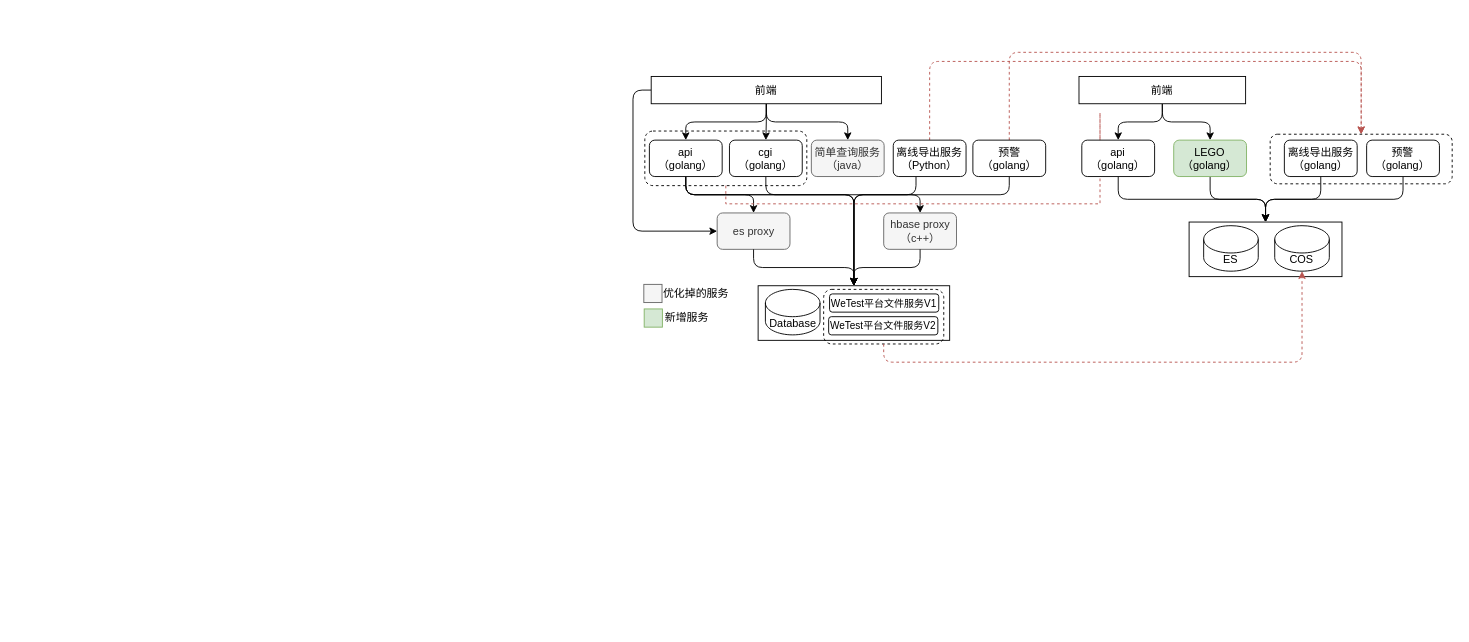
Earlier version of the draw.io diagram 2024答辩2.drawio (zhufuyin/draw). Source tidied: cells renumbered, new cells numbered last; positions are measured from the earlier drawing's top-left corner, leaving out a move shared by most shapes. Both pictures are drawn from the tidied source at 91%, with x=0, y=0 at pixel (643, 52). Pictures stored in the file or linked from it are replaced by grey dashed boxes.
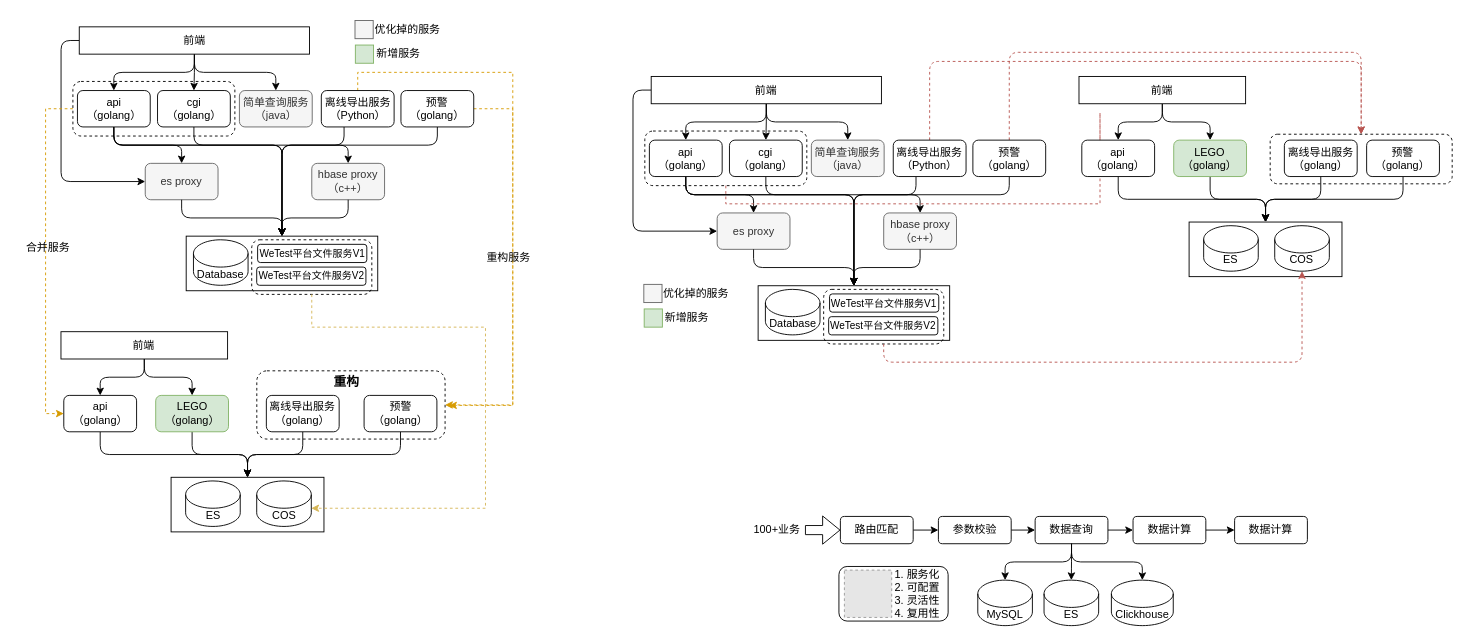
Above is the later version.

Change to the diagram source:
```diff
@@
+    <mxCell id="52" style="rounded=1;whiteSpace=wrap;html=1;dashed=1;" parent="1" vertex="1">
+      <mxGeometry x="-425.3" y="350" width="206.9" height="75" as="geometry" />
+    </mxCell>
+    <mxCell id="53" style="edgeStyle=orthogonalEdgeStyle;rounded=1;jettySize=auto;html=1;exitX=0.5;exitY=1;exitDx=0;exitDy=0;entryX=0.5;entryY=0;entryDx=0;entryDy=0;curved=0;" parent="1" edge="1" source="56" target="62">
+      <mxGeometry relative="1" as="geometry" />
+    </mxCell>
+    <mxCell id="54" style="edgeStyle=orthogonalEdgeStyle;rounded=1;jettySize=auto;html=1;exitX=0.5;exitY=1;exitDx=0;exitDy=0;entryX=0.5;entryY=0;entryDx=0;entryDy=0;curved=0;" parent="1" edge="1" source="56" target="61">
+      <mxGeometry relative="1" as="geometry">
+        <Array as="points">
+          <mxPoint x="-582.4" y="102" />
+          <mxPoint x="-397.4" y="102" />
+        </Array>
+      </mxGeometry>
+    </mxCell>
+    <mxCell id="55" style="edgeStyle=orthogonalEdgeStyle;rounded=1;jettySize=auto;html=1;exitX=0.5;exitY=1;exitDx=0;exitDy=0;entryX=0.5;entryY=0;entryDx=0;entryDy=0;curved=0;" parent="1" edge="1" source="56" target="67">
+      <mxGeometry relative="1" as="geometry" />
+    </mxCell>
+    <mxCell id="56" value="api&lt;br&gt;（golang）" style="rounded=1;whiteSpace=wrap;html=1;" parent="1" vertex="1">
+      <mxGeometry x="-622.4" y="42" width="80" height="40" as="geometry" />
+    </mxCell>
+    <mxCell id="57" style="edgeStyle=orthogonalEdgeStyle;rounded=1;jettySize=auto;html=1;exitX=0.5;exitY=1;exitDx=0;exitDy=0;entryX=0.5;entryY=0;entryDx=0;entryDy=0;curved=0;" parent="1" edge="1" source="58" target="61">
+      <mxGeometry relative="1" as="geometry">
+        <Array as="points">
+          <mxPoint x="-494.4" y="102" />
+          <mxPoint x="-397.4" y="102" />
+        </Array>
+      </mxGeometry>
+    </mxCell>
+    <mxCell id="58" value="cgi&lt;br&gt;（golang）" style="rounded=1;whiteSpace=wrap;html=1;" parent="1" vertex="1">
+      <mxGeometry x="-534.4" y="42" width="80" height="40" as="geometry" />
+    </mxCell>
+    <mxCell id="59" style="edgeStyle=orthogonalEdgeStyle;rounded=1;jettySize=auto;html=1;exitX=0.5;exitY=1;exitDx=0;exitDy=0;entryX=0.5;entryY=0;entryDx=0;entryDy=0;curved=0;" parent="1" edge="1" target="61">
+      <mxGeometry relative="1" as="geometry">
+        <mxPoint x="-329.4" y="82" as="sourcePoint" />
+        <Array as="points">
+          <mxPoint x="-329.4" y="102" />
+          <mxPoint x="-397.4" y="102" />
+        </Array>
+      </mxGeometry>
+    </mxCell>
+    <mxCell id="60" value="简单查询服务&lt;br&gt;（java）" style="rounded=1;whiteSpace=wrap;html=1;fillColor=#f5f5f5;strokeColor=#666666;fontColor=#333333;" parent="1" vertex="1">
+      <mxGeometry x="-444.4" y="42" width="80" height="40" as="geometry" />
+    </mxCell>
+    <mxCell id="61" style="rounded=0;whiteSpace=wrap;html=1;" parent="1" vertex="1">
+      <mxGeometry x="-502.9" y="202" width="210.5" height="60" as="geometry" />
+    </mxCell>
+    <mxCell id="62" value="es proxy" style="rounded=1;whiteSpace=wrap;html=1;fillColor=#f5f5f5;strokeColor=#666666;fontColor=#333333;" parent="1" vertex="1">
+      <mxGeometry x="-547.9" y="122" width="80" height="40" as="geometry" />
+    </mxCell>
+    <mxCell id="63" value="Database" style="shape=cylinder3;whiteSpace=wrap;html=1;boundedLbl=1;backgroundOutline=1;size=15;" parent="1" vertex="1">
+      <mxGeometry x="-494.9" y="206" width="60" height="50" as="geometry" />
+    </mxCell>
+    <mxCell id="64" style="edgeStyle=orthogonalEdgeStyle;rounded=1;jettySize=auto;html=1;exitX=0.5;exitY=1;exitDx=0;exitDy=0;entryX=0.5;entryY=0;entryDx=0;entryDy=0;curved=0;" parent="1" edge="1" source="62" target="61">
+      <mxGeometry relative="1" as="geometry" />
+    </mxCell>
+    <mxCell id="65" style="edgeStyle=orthogonalEdgeStyle;rounded=0;jettySize=auto;html=1;exitX=0.5;exitY=0;exitDx=0;exitDy=0;dashed=1;fillColor=#ffe6cc;strokeColor=#d79b00;" parent="1" edge="1" source="66">
+      <mxGeometry relative="1" as="geometry">
+        <mxPoint x="-214" y="388" as="targetPoint" />
+        <Array as="points">
+          <mxPoint x="-314" y="22" />
+          <mxPoint x="-144" y="22" />
+          <mxPoint x="-144" y="388" />
+        </Array>
+      </mxGeometry>
+    </mxCell>
+    <mxCell id="66" value="离线导出服务&lt;br&gt;（Python）" style="rounded=1;whiteSpace=wrap;html=1;" parent="1" vertex="1">
+      <mxGeometry x="-354.4" y="42" width="80" height="40" as="geometry" />
+    </mxCell>
+    <mxCell id="67" value="hbase proxy&lt;br&gt;（c++）" style="rounded=1;whiteSpace=wrap;html=1;fillColor=#f5f5f5;strokeColor=#666666;fontColor=#333333;" parent="1" vertex="1">
+      <mxGeometry x="-364.9" y="122" width="80" height="40" as="geometry" />
+    </mxCell>
+    <mxCell id="68" style="edgeStyle=orthogonalEdgeStyle;rounded=1;jettySize=auto;html=1;exitX=0.5;exitY=1;exitDx=0;exitDy=0;entryX=0.5;entryY=0;entryDx=0;entryDy=0;curved=0;" parent="1" edge="1" source="70" target="61">
+      <mxGeometry relative="1" as="geometry">
+        <Array as="points">
+          <mxPoint x="-226.4" y="102" />
+          <mxPoint x="-397.4" y="102" />
+        </Array>
+      </mxGeometry>
+    </mxCell>
+    <mxCell id="69" style="edgeStyle=orthogonalEdgeStyle;rounded=0;jettySize=auto;html=1;exitX=1;exitY=0.5;exitDx=0;exitDy=0;entryX=1;entryY=0.5;entryDx=0;entryDy=0;dashed=1;fillColor=#ffe6cc;strokeColor=#d79b00;" parent="1" edge="1" source="70" target="52">
+      <mxGeometry relative="1" as="geometry">
+        <Array as="points">
+          <mxPoint x="-144" y="62" />
+          <mxPoint x="-144" y="388" />
+        </Array>
+      </mxGeometry>
+    </mxCell>
+    <mxCell id="70" value="预警&lt;br&gt;（golang）" style="rounded=1;whiteSpace=wrap;html=1;" parent="1" vertex="1">
+      <mxGeometry x="-266.9" y="42" width="80" height="40" as="geometry" />
+    </mxCell>
+    <mxCell id="71" style="edgeStyle=orthogonalEdgeStyle;rounded=1;jettySize=auto;html=1;exitX=0.5;exitY=1;exitDx=0;exitDy=0;entryX=0.5;entryY=0;entryDx=0;entryDy=0;curved=0;" parent="1" edge="1" source="67" target="61">
+      <mxGeometry relative="1" as="geometry" />
+    </mxCell>
+    <mxCell id="72" style="edgeStyle=orthogonalEdgeStyle;rounded=1;jettySize=auto;html=1;exitX=0.5;exitY=1;exitDx=0;exitDy=0;entryX=0.5;entryY=0;entryDx=0;entryDy=0;curved=0;" parent="1" edge="1" source="76" target="56">
+      <mxGeometry relative="1" as="geometry" />
+    </mxCell>
+    <mxCell id="73" style="edgeStyle=orthogonalEdgeStyle;rounded=0;jettySize=auto;html=1;exitX=0.5;exitY=1;exitDx=0;exitDy=0;entryX=0.5;entryY=0;entryDx=0;entryDy=0;" parent="1" edge="1" source="76" target="58">
+      <mxGeometry relative="1" as="geometry" />
+    </mxCell>
+    <mxCell id="74" style="edgeStyle=orthogonalEdgeStyle;rounded=1;jettySize=auto;html=1;exitX=0.5;exitY=1;exitDx=0;exitDy=0;entryX=0.5;entryY=0;entryDx=0;entryDy=0;curved=0;" parent="1" edge="1" source="76" target="60">
+      <mxGeometry relative="1" as="geometry" />
+    </mxCell>
+    <mxCell id="75" style="edgeStyle=orthogonalEdgeStyle;rounded=1;jettySize=auto;html=1;exitX=0;exitY=0.5;exitDx=0;exitDy=0;entryX=0;entryY=0.5;entryDx=0;entryDy=0;curved=0;" parent="1" edge="1" source="76" target="62">
+      <mxGeometry relative="1" as="geometry" />
+    </mxCell>
+    <mxCell id="76" value="前端" style="rounded=0;whiteSpace=wrap;html=1;" parent="1" vertex="1">
+      <mxGeometry x="-620.4" y="-28" width="253" height="30" as="geometry" />
+    </mxCell>
+    <mxCell id="77" value="WeTest平台文件服务V1" style="rounded=1;whiteSpace=wrap;html=1;fontSize=11;" parent="1" vertex="1">
+      <mxGeometry x="-424.4" y="211" width="120" height="20" as="geometry" />
+    </mxCell>
+    <mxCell id="78" value="WeTest平台文件服务V2" style="rounded=1;whiteSpace=wrap;html=1;fontSize=11;" parent="1" vertex="1">
+      <mxGeometry x="-425.4" y="236" width="120" height="20" as="geometry" />
+    </mxCell>
+    <mxCell id="79" style="edgeStyle=orthogonalEdgeStyle;rounded=1;jettySize=auto;html=1;exitX=0.5;exitY=1;exitDx=0;exitDy=0;entryX=0.5;entryY=0;entryDx=0;entryDy=0;curved=0;" parent="1" edge="1" source="80" target="87">
+      <mxGeometry relative="1" as="geometry" />
+    </mxCell>
+    <mxCell id="80" value="api&lt;br&gt;（golang）" style="rounded=1;whiteSpace=wrap;html=1;" parent="1" vertex="1">
+      <mxGeometry x="-637.4" y="377" width="80" height="40" as="geometry" />
+    </mxCell>
+    <mxCell id="81" style="edgeStyle=orthogonalEdgeStyle;rounded=1;jettySize=auto;html=1;exitX=0.5;exitY=1;exitDx=0;exitDy=0;entryX=0.5;entryY=0;entryDx=0;entryDy=0;curved=0;" parent="1" edge="1" source="82" target="87">
+      <mxGeometry relative="1" as="geometry" />
+    </mxCell>
+    <mxCell id="82" value="LEGO&lt;br&gt;（golang）" style="rounded=1;whiteSpace=wrap;html=1;fillColor=#d5e8d4;strokeColor=#82b366;" parent="1" vertex="1">
+      <mxGeometry x="-536.4" y="377" width="80" height="40" as="geometry" />
+    </mxCell>
+    <mxCell id="83" style="edgeStyle=orthogonalEdgeStyle;rounded=1;jettySize=auto;html=1;exitX=0.5;exitY=1;exitDx=0;exitDy=0;entryX=0.5;entryY=0;entryDx=0;entryDy=0;curved=0;" parent="1" edge="1" source="84" target="87">
+      <mxGeometry relative="1" as="geometry" />
+    </mxCell>
+    <mxCell id="84" value="离线导出服务&lt;br&gt;（golang）" style="rounded=1;whiteSpace=wrap;html=1;" parent="1" vertex="1">
+      <mxGeometry x="-414.8" y="377" width="80" height="40" as="geometry" />
+    </mxCell>
+    <mxCell id="85" style="edgeStyle=orthogonalEdgeStyle;rounded=1;jettySize=auto;html=1;exitX=0.5;exitY=1;exitDx=0;exitDy=0;entryX=0.5;entryY=0;entryDx=0;entryDy=0;curved=0;" parent="1" edge="1" source="86" target="87">
+      <mxGeometry relative="1" as="geometry" />
+    </mxCell>
+    <mxCell id="86" value="预警&lt;br&gt;（golang）" style="rounded=1;whiteSpace=wrap;html=1;" parent="1" vertex="1">
+      <mxGeometry x="-307.4" y="377" width="80" height="40" as="geometry" />
+    </mxCell>
+    <mxCell id="87" style="rounded=0;whiteSpace=wrap;html=1;" parent="1" vertex="1">
+      <mxGeometry x="-519.5" y="467" width="168" height="60" as="geometry" />
+    </mxCell>
+    <mxCell id="88" value="ES" style="shape=cylinder3;whiteSpace=wrap;html=1;boundedLbl=1;backgroundOutline=1;size=15;" parent="1" vertex="1">
+      <mxGeometry x="-503.5" y="471" width="60" height="50" as="geometry" />
+    </mxCell>
+    <mxCell id="89" value="COS" style="shape=cylinder3;whiteSpace=wrap;html=1;boundedLbl=1;backgroundOutline=1;size=15;" parent="1" vertex="1">
+      <mxGeometry x="-425.4" y="471" width="60" height="50" as="geometry" />
+    </mxCell>
+    <mxCell id="90" style="edgeStyle=orthogonalEdgeStyle;rounded=1;jettySize=auto;html=1;exitX=0.5;exitY=1;exitDx=0;exitDy=0;entryX=0.5;entryY=0;entryDx=0;entryDy=0;curved=0;" parent="1" edge="1" source="92" target="80">
+      <mxGeometry relative="1" as="geometry" />
+    </mxCell>
+    <mxCell id="91" style="edgeStyle=orthogonalEdgeStyle;rounded=1;jettySize=auto;html=1;exitX=0.5;exitY=1;exitDx=0;exitDy=0;curved=0;" parent="1" edge="1" source="92" target="82">
+      <mxGeometry relative="1" as="geometry" />
+    </mxCell>
+    <mxCell id="92" value="前端" style="rounded=0;whiteSpace=wrap;html=1;" parent="1" vertex="1">
+      <mxGeometry x="-640.5" y="307" width="183.1" height="30" as="geometry" />
+    </mxCell>
+    <mxCell id="93" value="&lt;b&gt;&lt;font style=&quot;font-size: 14px;&quot;&gt;重构&lt;/font&gt;&lt;/b&gt;" style="text;html=1;align=center;verticalAlign=middle;strokeColor=none;fillColor=none;" parent="1" vertex="1">
+      <mxGeometry x="-352.4" y="347" width="50" height="30" as="geometry" />
+    </mxCell>
+    <mxCell id="94" value="重构服务" style="text;html=1;align=center;verticalAlign=middle;strokeColor=none;fillColor=none;" parent="1" vertex="1">
+      <mxGeometry x="-183.9" y="211" width="70" height="30" as="geometry" />
+    </mxCell>
+    <mxCell id="95" style="edgeStyle=orthogonalEdgeStyle;rounded=0;jettySize=auto;html=1;exitX=0;exitY=0.5;exitDx=0;exitDy=0;entryX=0;entryY=0.5;entryDx=0;entryDy=0;dashed=1;fillColor=#ffe6cc;strokeColor=#d79b00;" parent="1" edge="1" source="96" target="80">
+      <mxGeometry relative="1" as="geometry" />
+    </mxCell>
+    <mxCell id="96" style="rounded=1;whiteSpace=wrap;html=1;fillColor=none;dashed=1;" parent="1" vertex="1">
+      <mxGeometry x="-627.4" y="32" width="178" height="60" as="geometry" />
+    </mxCell>
+    <mxCell id="97" value="合并服务" style="text;html=1;align=center;verticalAlign=middle;strokeColor=none;fillColor=none;" parent="1" vertex="1">
+      <mxGeometry x="-690" y="200" width="70" height="30" as="geometry" />
+    </mxCell>
+    <mxCell id="98" style="group;" parent="1" vertex="1">
+      <mxGeometry x="-317.4" y="-40" width="107" height="30" as="geometry" />
+    </mxCell>
+    <mxCell id="99" style="rounded=0;whiteSpace=wrap;html=1;fillColor=#f5f5f5;fontColor=#333333;strokeColor=#666666;" parent="98" vertex="1">
+      <mxGeometry y="5" width="20" height="20" as="geometry" />
+    </mxCell>
+    <mxCell id="100" value="优化掉的服务" style="text;html=1;align=center;verticalAlign=middle;strokeColor=none;fillColor=none;" parent="98" vertex="1">
+      <mxGeometry x="7" width="100" height="30" as="geometry" />
+    </mxCell>
+    <mxCell id="101" style="rounded=0;whiteSpace=wrap;html=1;fillColor=#d5e8d4;strokeColor=#82b366;" parent="1" vertex="1">
+      <mxGeometry x="-317" y="-8" width="20" height="20" as="geometry" />
+    </mxCell>
+    <mxCell id="102" value="新增服务" style="text;html=1;align=center;verticalAlign=middle;strokeColor=none;fillColor=none;" parent="1" vertex="1">
+      <mxGeometry x="-305.4" y="-13.5" width="70" height="30" as="geometry" />
+    </mxCell>
+    <mxCell id="103" style="rounded=1;whiteSpace=wrap;html=1;fillColor=none;dashed=1;" parent="1" vertex="1">
+      <mxGeometry x="-430.9" y="206" width="132" height="60" as="geometry" />
+    </mxCell>
+    <mxCell id="104" style="edgeStyle=orthogonalEdgeStyle;rounded=0;jettySize=auto;html=1;exitX=0.5;exitY=1;exitDx=0;exitDy=0;entryX=1;entryY=0;entryDx=0;entryDy=30;entryPerimeter=0;fillColor=#fff2cc;strokeColor=#d6b656;dashed=1;" parent="1" edge="1" source="103" target="89">
+      <mxGeometry relative="1" as="geometry">
+        <Array as="points">
+          <mxPoint x="-365" y="302" />
+          <mxPoint x="-174" y="302" />
+          <mxPoint x="-174" y="501" />
+        </Array>
+      </mxGeometry>
+    </mxCell>
+    <mxCell id="105" value="MySQL" style="shape=cylinder3;whiteSpace=wrap;html=1;boundedLbl=1;backgroundOutline=1;size=15;" parent="1" vertex="1">
+      <mxGeometry x="367" y="580" width="60" height="50" as="geometry" />
+    </mxCell>
+    <mxCell id="106" value="ES" style="shape=cylinder3;whiteSpace=wrap;html=1;boundedLbl=1;backgroundOutline=1;size=15;" parent="1" vertex="1">
+      <mxGeometry x="439.8" y="580" width="60" height="50" as="geometry" />
+    </mxCell>
+    <mxCell id="107" value="Clickhouse" style="shape=cylinder3;whiteSpace=wrap;html=1;boundedLbl=1;backgroundOutline=1;size=15;" parent="1" vertex="1">
+      <mxGeometry x="513.8" y="580" width="68" height="50" as="geometry" />
+    </mxCell>
+    <mxCell id="108" style="rounded=1;whiteSpace=wrap;html=1;" parent="1" vertex="1">
+      <mxGeometry x="214.4" y="565" width="120" height="60" as="geometry" />
+    </mxCell>
+    <mxCell id="109" value="&lt;span style=&quot;color: rgb(0, 0, 0); font-family: Helvetica; font-size: 12px; font-style: normal; font-variant-ligatures: normal; font-variant-caps: normal; font-weight: 400; letter-spacing: normal; orphans: 2; text-align: center; text-indent: 0px; text-transform: none; widows: 2; word-spacing: 0px; -webkit-text-stroke-width: 0px; background-color: rgb(251, 251, 251); text-decoration-thickness: initial; text-decoration-style: initial; text-decoration-color: initial; float: none; display: inline !important;&quot;&gt;1. 服务化&lt;/span&gt;&lt;br style=&quot;border-color: var(--border-color); color: rgb(0, 0, 0); font-family: Helvetica; font-size: 12px; font-style: normal; font-variant-ligatures: normal; font-variant-caps: normal; font-weight: 400; letter-spacing: normal; orphans: 2; text-align: center; text-indent: 0px; text-transform: none; widows: 2; word-spacing: 0px; -webkit-text-stroke-width: 0px; background-color: rgb(251, 251, 251); text-decoration-thickness: initial; text-decoration-style: initial; text-decoration-color: initial;&quot;&gt;&lt;span style=&quot;color: rgb(0, 0, 0); font-family: Helvetica; font-size: 12px; font-style: normal; font-variant-ligatures: normal; font-variant-caps: normal; font-weight: 400; letter-spacing: normal; orphans: 2; text-align: center; text-indent: 0px; text-transform: none; widows: 2; word-spacing: 0px; -webkit-text-stroke-width: 0px; background-color: rgb(251, 251, 251); text-decoration-thickness: initial; text-decoration-style: initial; text-decoration-color: initial; float: none; display: inline !important;&quot;&gt;2. 可配置&lt;/span&gt;&lt;br style=&quot;border-color: var(--border-color); color: rgb(0, 0, 0); font-family: Helvetica; font-size: 12px; font-style: normal; font-variant-ligatures: normal; font-variant-caps: normal; font-weight: 400; letter-spacing: normal; orphans: 2; text-align: center; text-indent: 0px; text-transform: none; widows: 2; word-spacing: 0px; -webkit-text-stroke-width: 0px; background-color: rgb(251, 251, 251); text-decoration-thickness: initial; text-decoration-style: initial; text-decoration-color: initial;&quot;&gt;&lt;span style=&quot;color: rgb(0, 0, 0); font-family: Helvetica; font-size: 12px; font-style: normal; font-variant-ligatures: normal; font-variant-caps: normal; font-weight: 400; letter-spacing: normal; orphans: 2; text-align: center; text-indent: 0px; text-transform: none; widows: 2; word-spacing: 0px; -webkit-text-stroke-width: 0px; background-color: rgb(251, 251, 251); text-decoration-thickness: initial; text-decoration-style: initial; text-decoration-color: initial; float: none; display: inline !important;&quot;&gt;3. 灵活性&lt;/span&gt;&lt;br style=&quot;border-color: var(--border-color); color: rgb(0, 0, 0); font-family: Helvetica; font-size: 12px; font-style: normal; font-variant-ligatures: normal; font-variant-caps: normal; font-weight: 400; letter-spacing: normal; orphans: 2; text-align: center; text-indent: 0px; text-transform: none; widows: 2; word-spacing: 0px; -webkit-text-stroke-width: 0px; background-color: rgb(251, 251, 251); text-decoration-thickness: initial; text-decoration-style: initial; text-decoration-color: initial;&quot;&gt;&lt;span style=&quot;color: rgb(0, 0, 0); font-family: Helvetica; font-size: 12px; font-style: normal; font-variant-ligatures: normal; font-variant-caps: normal; font-weight: 400; letter-spacing: normal; orphans: 2; text-align: center; text-indent: 0px; text-transform: none; widows: 2; word-spacing: 0px; -webkit-text-stroke-width: 0px; background-color: rgb(251, 251, 251); text-decoration-thickness: initial; text-decoration-style: initial; text-decoration-color: initial; float: none; display: inline !important;&quot;&gt;4. 复用性&lt;/span&gt;" style="text;whiteSpace=wrap;html=1;" parent="1" vertex="1">
+      <mxGeometry x="274.4" y="560" width="80" height="70" as="geometry" />
+    </mxCell>
+    <mxCell id="110" style="fillColor=#E6E6E6;strokeColor=#999999;dashed=1;verticalLabelPosition=bottom;labelBackgroundColor=default;verticalAlign=top;" parent="1" vertex="1">
+      <mxGeometry x="220.4" y="569" width="52" height="52" as="geometry" />
+    </mxCell>
+    <mxCell id="111" style="edgeStyle=orthogonalEdgeStyle;rounded=0;jettySize=auto;html=1;exitX=1;exitY=0.5;exitDx=0;exitDy=0;entryX=0;entryY=0.5;entryDx=0;entryDy=0;" parent="1" edge="1" source="112" target="114">
+      <mxGeometry relative="1" as="geometry" />
+    </mxCell>
+    <mxCell id="112" value="路由匹配" style="rounded=1;whiteSpace=wrap;html=1;" parent="1" vertex="1">
+      <mxGeometry x="216" y="510" width="80" height="30" as="geometry" />
+    </mxCell>
+    <mxCell id="113" style="edgeStyle=orthogonalEdgeStyle;rounded=0;jettySize=auto;html=1;exitX=1;exitY=0.5;exitDx=0;exitDy=0;entryX=0;entryY=0.5;entryDx=0;entryDy=0;" parent="1" edge="1" source="114" target="116">
+      <mxGeometry relative="1" as="geometry" />
+    </mxCell>
+    <mxCell id="114" value="参数校验" style="rounded=1;whiteSpace=wrap;html=1;" parent="1" vertex="1">
+      <mxGeometry x="323.7" y="510" width="80" height="30" as="geometry" />
+    </mxCell>
+    <mxCell id="115" style="edgeStyle=orthogonalEdgeStyle;rounded=0;jettySize=auto;html=1;exitX=1;exitY=0.5;exitDx=0;exitDy=0;entryX=0;entryY=0.5;entryDx=0;entryDy=0;" parent="1" edge="1" source="116" target="118">
+      <mxGeometry relative="1" as="geometry" />
+    </mxCell>
+    <mxCell id="116" value="数据查询" style="rounded=1;whiteSpace=wrap;html=1;" parent="1" vertex="1">
+      <mxGeometry x="430" y="510" width="80" height="30" as="geometry" />
+    </mxCell>
+    <mxCell id="117" style="edgeStyle=orthogonalEdgeStyle;rounded=0;jettySize=auto;html=1;exitX=1;exitY=0.5;exitDx=0;exitDy=0;entryX=0;entryY=0.5;entryDx=0;entryDy=0;" parent="1" edge="1" source="118" target="124">
+      <mxGeometry relative="1" as="geometry" />
+    </mxCell>
+    <mxCell id="118" value="数据计算" style="rounded=1;whiteSpace=wrap;html=1;" parent="1" vertex="1">
+      <mxGeometry x="537.6" y="510" width="80" height="30" as="geometry" />
+    </mxCell>
+    <mxCell id="119" style="edgeStyle=orthogonalEdgeStyle;rounded=0;jettySize=auto;html=1;exitX=1;exitY=0.5;exitDx=0;exitDy=0;entryX=0;entryY=0.5;entryDx=0;entryDy=0;shape=flexArrow;" parent="1" edge="1" source="120" target="112">
+      <mxGeometry relative="1" as="geometry" />
+    </mxCell>
+    <mxCell id="120" value="100+业务" style="rounded=1;whiteSpace=wrap;html=1;fillColor=none;strokeColor=none;" parent="1" vertex="1">
+      <mxGeometry x="116" y="510" width="61.1" height="30" as="geometry" />
+    </mxCell>
+    <mxCell id="121" style="edgeStyle=orthogonalEdgeStyle;rounded=1;jettySize=auto;html=1;exitX=0.5;exitY=1;exitDx=0;exitDy=0;entryX=0.5;entryY=0;entryDx=0;entryDy=0;entryPerimeter=0;curved=0;" parent="1" edge="1" source="116" target="105">
+      <mxGeometry relative="1" as="geometry" />
+    </mxCell>
+    <mxCell id="122" style="edgeStyle=orthogonalEdgeStyle;rounded=1;jettySize=auto;html=1;exitX=0.5;exitY=1;exitDx=0;exitDy=0;entryX=0.5;entryY=0;entryDx=0;entryDy=0;entryPerimeter=0;curved=0;" parent="1" edge="1" source="116" target="106">
+      <mxGeometry relative="1" as="geometry" />
+    </mxCell>
+    <mxCell id="123" style="edgeStyle=orthogonalEdgeStyle;rounded=1;jettySize=auto;html=1;exitX=0.5;exitY=1;exitDx=0;exitDy=0;entryX=0.5;entryY=0;entryDx=0;entryDy=0;entryPerimeter=0;curved=0;" parent="1" edge="1" source="116" target="107">
+      <mxGeometry relative="1" as="geometry" />
+    </mxCell>
+    <mxCell id="124" value="数据计算" style="rounded=1;whiteSpace=wrap;html=1;" parent="1" vertex="1">
+      <mxGeometry x="649.2" y="510" width="80" height="30" as="geometry" />
+    </mxCell>
```
